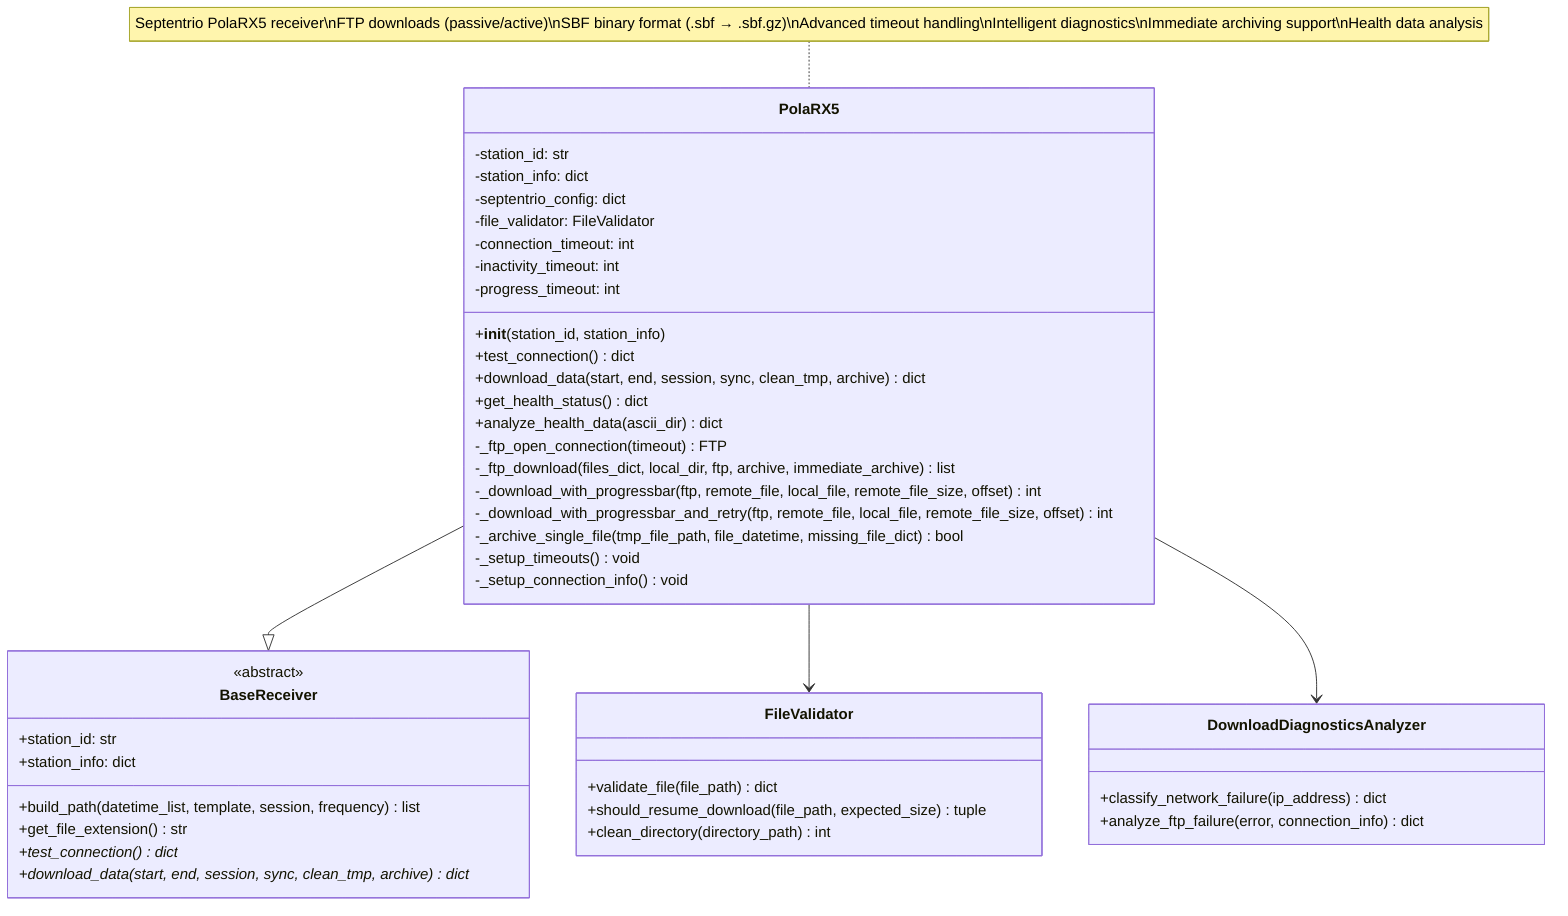
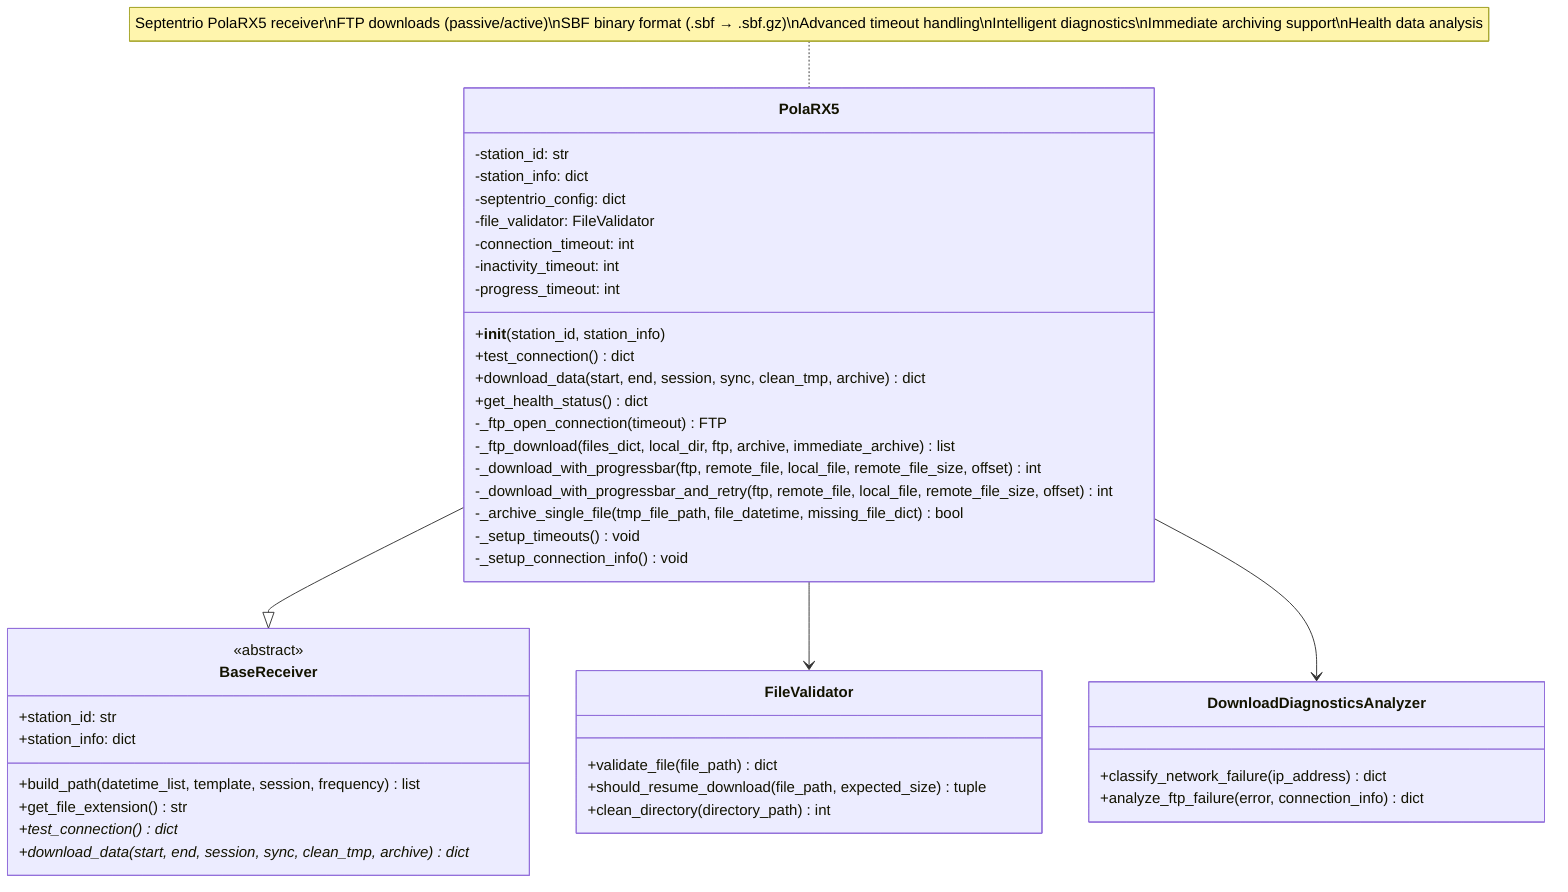
classDiagram
    class PolaRX5 {
        -station_id: str
        -station_info: dict
        -septentrio_config: dict
        -file_validator: FileValidator
        -connection_timeout: int
        -inactivity_timeout: int
        -progress_timeout: int
        +__init__(station_id, station_info)
        +test_connection() dict
        +download_data(start, end, session, sync, clean_tmp, archive) dict
        +get_health_status() dict
-         +analyze_health_data(ascii_dir) dict
        -_ftp_open_connection(timeout) FTP
        -_ftp_download(files_dict, local_dir, ftp, archive, immediate_archive) list
        -_download_with_progressbar(ftp, remote_file, local_file, remote_file_size, offset) int
        -_download_with_progressbar_and_retry(ftp, remote_file, local_file, remote_file_size, offset) int
        -_archive_single_file(tmp_file_path, file_datetime, missing_file_dict) bool
        -_setup_timeouts() void
        -_setup_connection_info() void
    }

    class BaseReceiver {
        <<abstract>>
        +station_id: str
        +station_info: dict
        +build_path(datetime_list, template, session, frequency) list
        +get_file_extension() str
        +test_connection()* dict
        +download_data(start, end, session, sync, clean_tmp, archive)* dict
    }

    class FileValidator {
        +validate_file(file_path) dict
        +should_resume_download(file_path, expected_size) tuple
        +clean_directory(directory_path) int
    }

    class DownloadDiagnosticsAnalyzer {
        +classify_network_failure(ip_address) dict
        +analyze_ftp_failure(error, connection_info) dict
    }

    PolaRX5 --|> BaseReceiver
    PolaRX5 --> FileValidator
    PolaRX5 --> DownloadDiagnosticsAnalyzer

    note for PolaRX5 "Septentrio PolaRX5 receiver\nFTP downloads (passive/active)\nSBF binary format (.sbf → .sbf.gz)\nAdvanced timeout handling\nIntelligent diagnostics\nImmediate archiving support\nHealth data analysis"